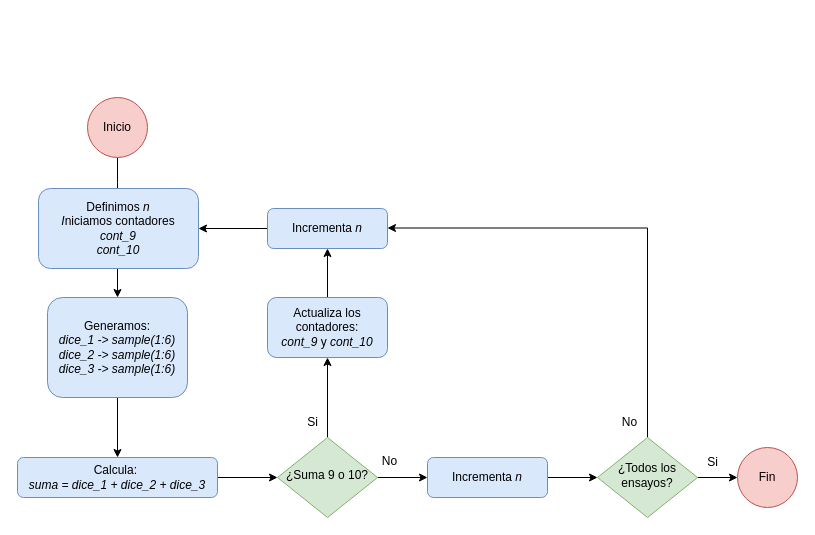
Before: Diagrama sin título.drawio in BGARCIAMA/PruebaR, a draw.io diagram. Source tidied: cells renumbered, new cells numbered last; positions are measured from the earlier drawing's top-left corner, leaving out a move shared by most shapes. Both pictures are drawn from the tidied source at 100%, with x=0, y=0 at pixel (17, 97).
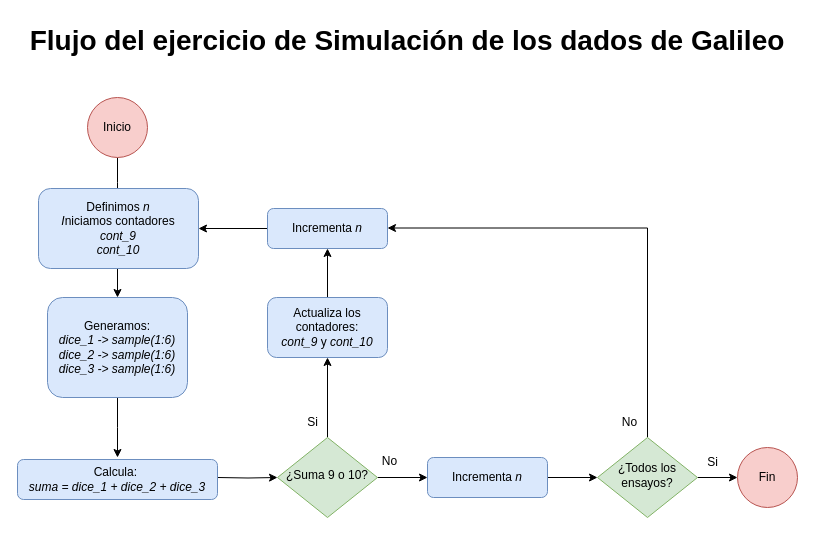
The same page after the edit.

The change refers to these unchanged cells:
```xml
<mxCell id="7" value="¿Suma 9 o 10?" style="rhombus;whiteSpace=wrap;html=1;shadow=0;fontFamily=Helvetica;fontSize=12;align=center;strokeWidth=1;spacing=6;spacingTop=-4;fillColor=#d5e8d4;strokeColor=#82b366;" parent="1" vertex="1">
  <mxGeometry x="260" y="340" width="100" height="80" as="geometry" />
</mxCell>
<mxCell id="13" value="Generamos:&lt;div&gt;&lt;span style=&quot;background-color: initial;&quot;&gt;&lt;i&gt;dice_1 -&amp;gt; sample(1:6)&lt;/i&gt;&lt;/span&gt;&lt;/div&gt;&lt;div&gt;&lt;i&gt;dice_2 -&amp;gt; sample(1:6)&lt;span style=&quot;background-color: initial;&quot;&gt;&lt;br&gt;&lt;/span&gt;&lt;/i&gt;&lt;/div&gt;&lt;div&gt;&lt;i&gt;dice_3 -&amp;gt; sample(1:6)&lt;/i&gt;&lt;br&gt;&lt;/div&gt;" style="rounded=1;whiteSpace=wrap;html=1;fontSize=12;glass=0;strokeWidth=1;shadow=0;fillColor=#dae8fc;strokeColor=#6c8ebf;" parent="1" vertex="1">
  <mxGeometry x="30" y="200" width="140" height="100" as="geometry" />
</mxCell>
```

What changed in the source:
```diff
@@
-    <mxCell id="12" style="edgeStyle=orthogonalEdgeStyle;rounded=0;jettySize=auto;html=1;" parent="1" edge="1" source="13" target="15">
-      <mxGeometry relative="1" as="geometry" />
+    <mxCell id="12" style="edgeStyle=orthogonalEdgeStyle;rounded=0;jettySize=auto;html=1;" parent="1" edge="1" source="13">
+      <mxGeometry relative="1" as="geometry">
+        <mxPoint x="100" y="360" as="targetPoint" />
+      </mxGeometry>
     </mxCell>
@@
-    <mxCell id="14" style="edgeStyle=orthogonalEdgeStyle;rounded=0;jettySize=auto;html=1;" parent="1" edge="1" source="15" target="7">
-      <mxGeometry relative="1" as="geometry" />
+    <mxCell id="14" style="edgeStyle=orthogonalEdgeStyle;rounded=0;jettySize=auto;html=1;" parent="1" edge="1" target="7">
+      <mxGeometry relative="1" as="geometry">
+        <mxPoint x="200" y="380" as="sourcePoint" />
+      </mxGeometry>
     </mxCell>
     <mxCell id="15" value="Calcula:&amp;nbsp;&lt;div&gt;&lt;i&gt;suma = dice_1 + dice_2 + dice_3&lt;/i&gt;&lt;/div&gt;" style="rounded=1;whiteSpace=wrap;html=1;fontSize=12;glass=0;strokeWidth=1;shadow=0;fillColor=#dae8fc;strokeColor=#6c8ebf;" parent="1" vertex="1">
-      <mxGeometry y="360" width="200" height="40" as="geometry" />
+      <mxGeometry y="362" width="200" height="40" as="geometry" />
     </mxCell>
@@
+    <mxCell id="27" value="&lt;h1 style=&quot;margin-top: 0px;&quot;&gt;&lt;font style=&quot;font-size: 28px;&quot;&gt;Flujo del ejercicio de Simulación de los dados de Galileo&lt;/font&gt;&lt;/h1&gt;" style="text;html=1;whiteSpace=wrap;overflow=hidden;rounded=0;align=center;" parent="1" vertex="1">
+      <mxGeometry y="-80" width="780" height="50" as="geometry" />
+    </mxCell>
```
